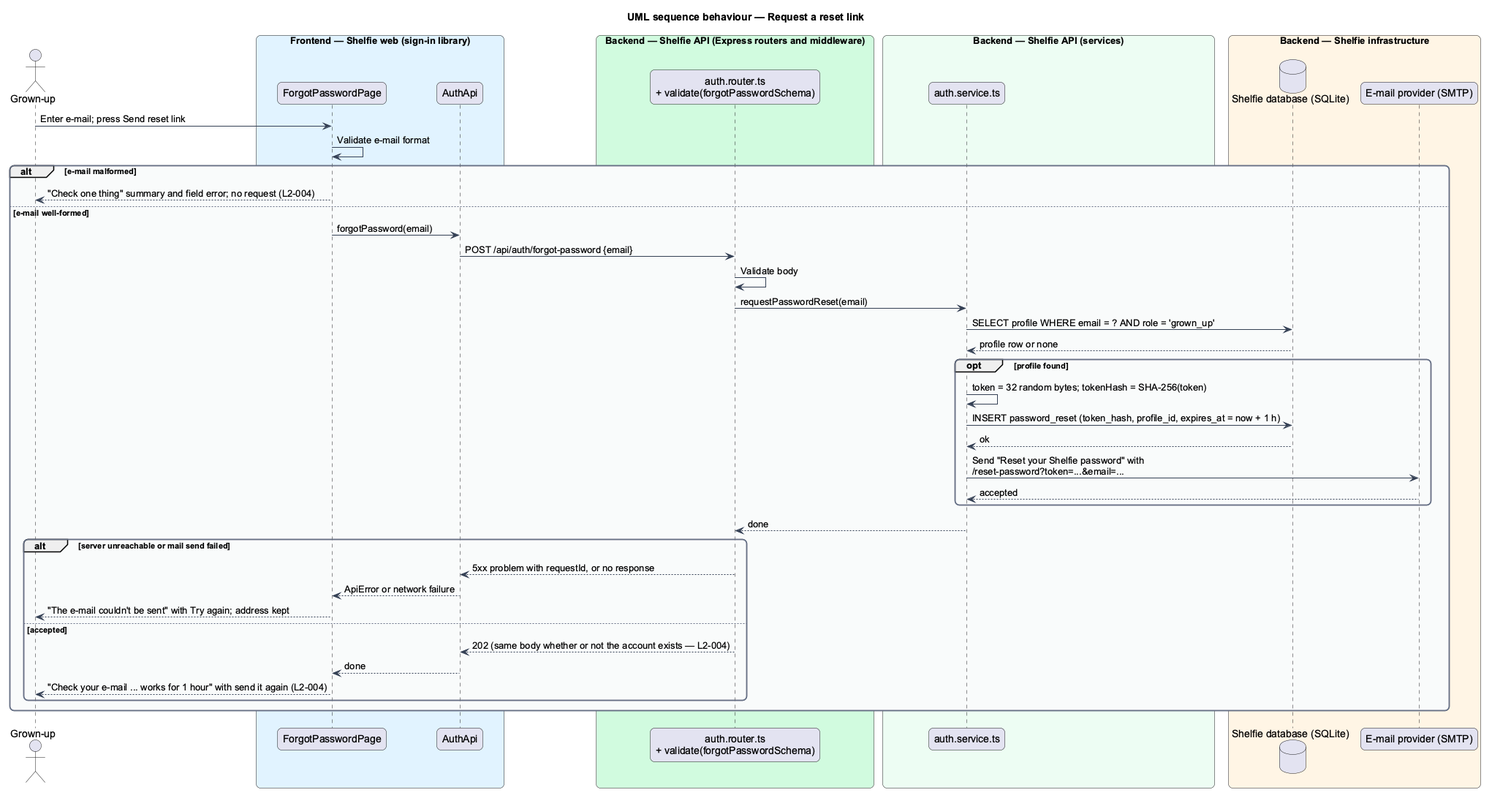
This is docs/detailed-designs/sign-in/reset-password/diagrams/sequence-request-reset-link.png from QuinntyneBrown/shelfie, a PlantUML export, as it was before one commit. The source it was exported from:
```plantuml
@startuml
title UML sequence behaviour — Request a reset link
skinparam backgroundColor #FFFFFF
skinparam shadowing false
skinparam roundcorner 12
skinparam defaultFontName Arial
skinparam ArrowColor #344054
skinparam rectangle {
  BorderColor #344054
  FontColor #101828
}
skinparam package {
  BorderColor #667085
  FontColor #101828
  BackgroundColor #F9FAFB
}
actor "Grown-up" as grownUp
box "Frontend — Shelfie web (sign-in library)" #E0F2FE
  participant "ForgotPasswordPage" as page
  participant "AuthApi" as client
end box
box "Backend — Shelfie API (Express routers and middleware)" #D1FADF
  participant "auth.router.ts\n+ validate(forgotPasswordSchema)" as router
end box
box "Backend — Shelfie API (services)" #ECFDF3
  participant "auth.service.ts" as service
end box
box "Backend — Shelfie infrastructure" #FFF4E5
  database "Shelfie database (SQLite)" as db
  participant "E-mail provider (SMTP)" as mail
end box

grownUp -> page : Enter e-mail; press Send reset link
page -> page : Validate e-mail format
alt e-mail malformed
  page --> grownUp : "Check one thing" summary and field error; no request (L2-004)
else e-mail well-formed
  page -> client : forgotPassword(email)
  client -> router : POST /api/auth/forgot-password {email}
  router -> router : Validate body
  router -> service : requestPasswordReset(email)
  service -> db : SELECT profile WHERE email = ? AND role = 'grown_up'
  db --> service : profile row or none
  opt profile found
    service -> service : token = 32 random bytes; tokenHash = SHA-256(token)
    service -> db : INSERT password_reset (token_hash, profile_id, expires_at = now + 1 h)
    db --> service : ok
    service -> mail : Send "Reset your Shelfie password" with\n/reset-password?token=...&email=...
    mail --> service : accepted
  end
  service --> router : done
  alt server unreachable or mail send failed
    router --> client : 5xx problem with requestId, or no response
    client --> page : ApiError or network failure
    page --> grownUp : "The e-mail couldn't be sent" with Try again; address kept
  else accepted
    router --> client : 202 (same body whether or not the account exists — L2-004)
    client --> page : done
    page --> grownUp : "Check your e-mail ... works for 1 hour" with send it again (L2-004)
  end
end
@enduml
```
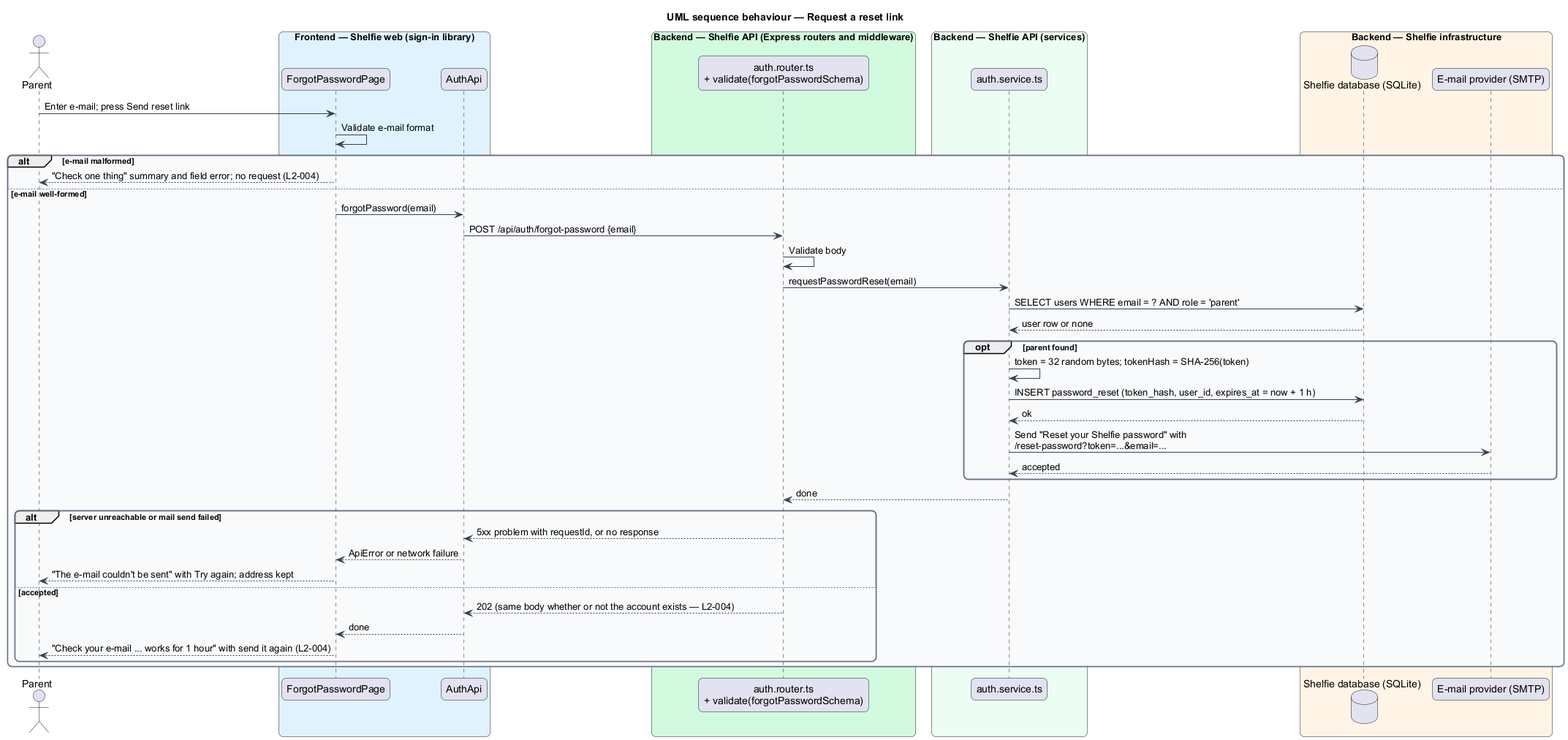
Later version of the same file.

What changed in the source:
```diff
@@ -14,7 +14,7 @@
   FontColor #101828
   BackgroundColor #F9FAFB
 }
-actor "Grown-up" as grownUp
+actor "Parent" as parent
 box "Frontend — Shelfie web (sign-in library)" #E0F2FE
   participant "ForgotPasswordPage" as page
   participant "AuthApi" as client
@@ -30,20 +30,20 @@
   participant "E-mail provider (SMTP)" as mail
 end box
 
-grownUp -> page : Enter e-mail; press Send reset link
+parent -> page : Enter e-mail; press Send reset link
 page -> page : Validate e-mail format
 alt e-mail malformed
-  page --> grownUp : "Check one thing" summary and field error; no request (L2-004)
+  page --> parent : "Check one thing" summary and field error; no request (L2-004)
 else e-mail well-formed
   page -> client : forgotPassword(email)
   client -> router : POST /api/auth/forgot-password {email}
   router -> router : Validate body
   router -> service : requestPasswordReset(email)
-  service -> db : SELECT profile WHERE email = ? AND role = 'grown_up'
-  db --> service : profile row or none
-  opt profile found
+  service -> db : SELECT users WHERE email = ? AND role = 'parent'
+  db --> service : user row or none
+  opt parent found
     service -> service : token = 32 random bytes; tokenHash = SHA-256(token)
-    service -> db : INSERT password_reset (token_hash, profile_id, expires_at = now + 1 h)
+    service -> db : INSERT password_reset (token_hash, user_id, expires_at = now + 1 h)
     db --> service : ok
     service -> mail : Send "Reset your Shelfie password" with\n/reset-password?token=...&email=...
     mail --> service : accepted
@@ -52,11 +52,11 @@
   alt server unreachable or mail send failed
     router --> client : 5xx problem with requestId, or no response
     client --> page : ApiError or network failure
-    page --> grownUp : "The e-mail couldn't be sent" with Try again; address kept
+    page --> parent : "The e-mail couldn't be sent" with Try again; address kept
   else accepted
     router --> client : 202 (same body whether or not the account exists — L2-004)
     client --> page : done
-    page --> grownUp : "Check your e-mail ... works for 1 hour" with send it again (L2-004)
+    page --> parent : "Check your e-mail ... works for 1 hour" with send it again (L2-004)
   end
 end
 @enduml
```
